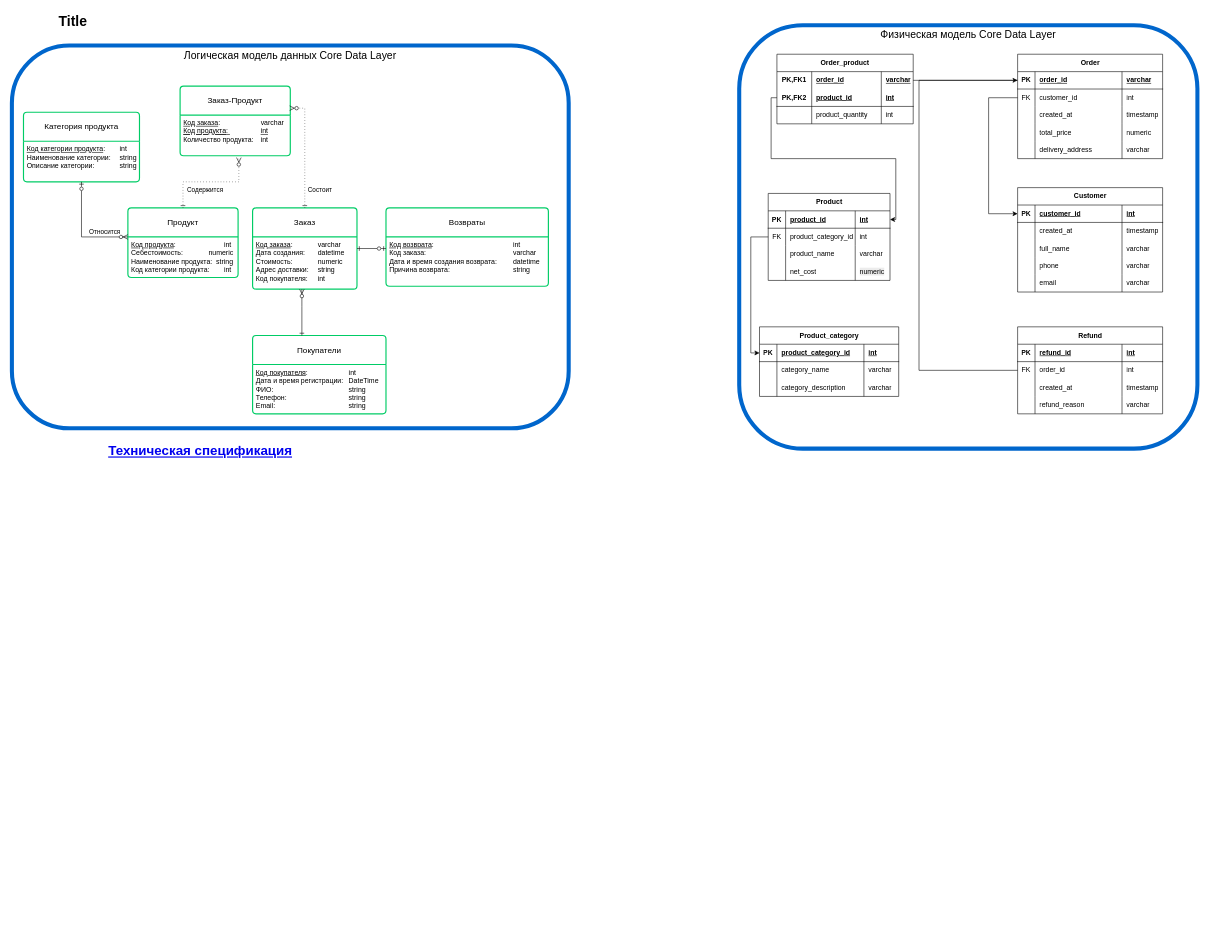
This is page "CDL" (1 of 3) of PWH-18_diplom.drawio from nik-gorby/PWH-18, a draw.io file, before an edit. Source tidied: cells renumbered, new cells numbered last; positions are measured from the earlier drawing's top-left corner, leaving out a move shared by most shapes. Both pictures are drawn from the tidied source at 58%, with x=0, y=0 at pixel (12, 10).
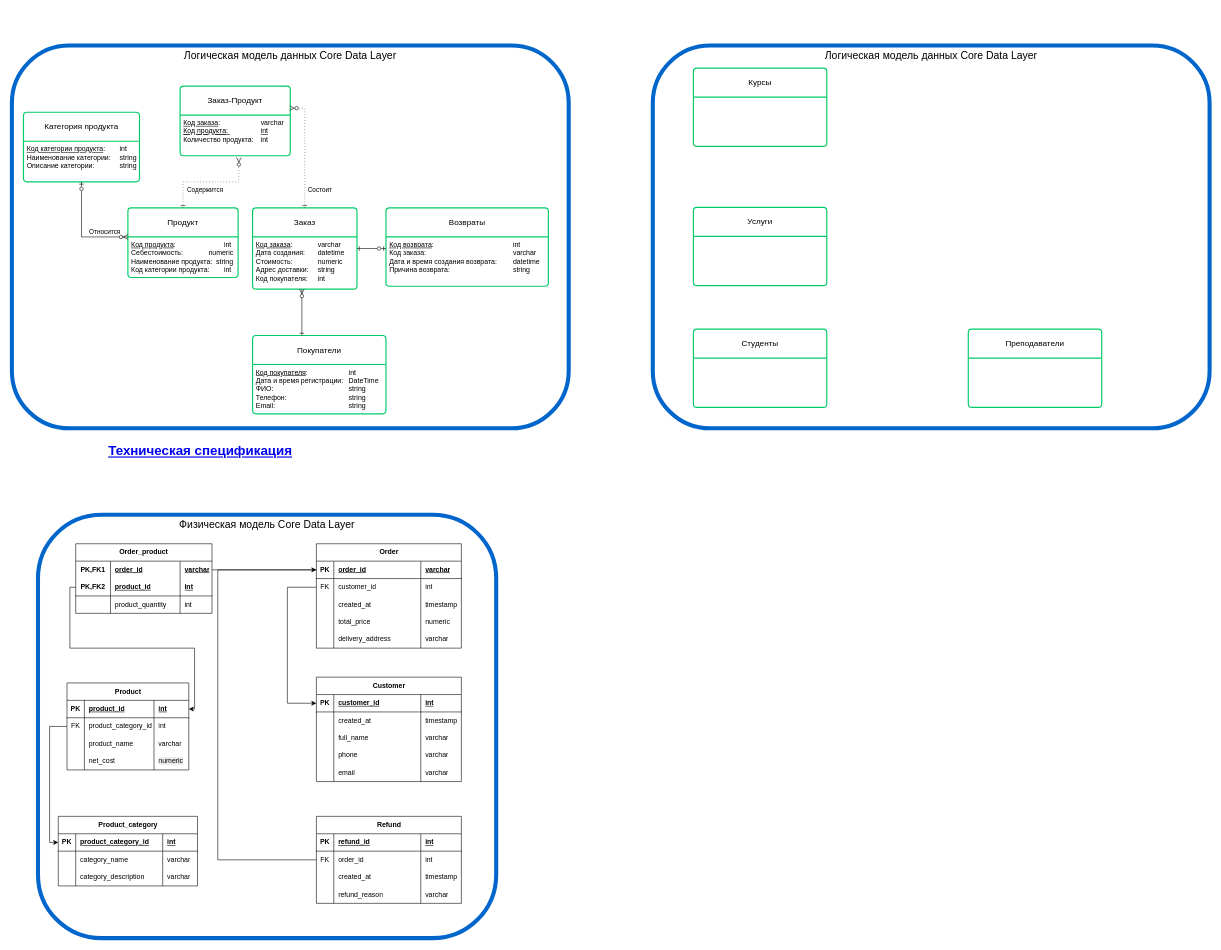
The same page after the edit.

What changed in the source:
```diff
@@
     <mxCell id="2" style="group;" parent="1" vertex="1">
-      <mxGeometry x="1254" y="26" width="790" height="730" as="geometry" />
+      <mxGeometry x="45" y="870" width="790" height="730" as="geometry" />
     </mxCell>
@@
-    <mxCell id="134" value="Title" style="text;strokeColor=none;fillColor=none;html=1;fontSize=24;fontStyle=1;verticalAlign=middle;align=center;" parent="1" vertex="1">
-      <mxGeometry x="55" width="100" height="40" as="geometry" />
-    </mxCell>
+    <mxCell id="135" style="group;" parent="1" vertex="1">
+      <mxGeometry x="1105" y="61" width="960" height="660" as="geometry" />
+    </mxCell>
+    <mxCell id="136" value="Логическая модель данных Core Data Layer" style="rounded=1;whiteSpace=wrap;html=1;glass=0;fillColor=none;verticalAlign=top;fontSize=18;strokeColor=#0066CC;strokeWidth=7;" parent="135" vertex="1">
+      <mxGeometry width="960" height="660" as="geometry" />
+    </mxCell>
+    <mxCell id="137" value="Студенты" style="swimlane;horizontal=1;startSize=50;rounded=1;fontSize=14;fontStyle=0;strokeWidth=2;shadow=0;dashed=0;align=center;arcSize=4;whiteSpace=wrap;html=1;strokeColor=#00CC66;" parent="135" vertex="1">
+      <mxGeometry x="70" y="489" width="230" height="135" as="geometry" />
+    </mxCell>
+    <mxCell id="138" value="Преподаватели" style="swimlane;horizontal=1;startSize=50;rounded=1;fontSize=14;fontStyle=0;strokeWidth=2;shadow=0;dashed=0;align=center;arcSize=4;whiteSpace=wrap;html=1;strokeColor=#00CC66;" parent="135" vertex="1">
+      <mxGeometry x="544" y="489" width="230" height="135" as="geometry" />
+    </mxCell>
+    <mxCell id="139" value="Курсы" style="swimlane;horizontal=1;startSize=50;rounded=1;fontSize=14;fontStyle=0;strokeWidth=2;shadow=0;dashed=0;align=center;arcSize=4;whiteSpace=wrap;html=1;strokeColor=#00CC66;" parent="135" vertex="1">
+      <mxGeometry x="70" y="39" width="230" height="135" as="geometry" />
+    </mxCell>
+    <mxCell id="140" value="Услуги" style="swimlane;horizontal=1;startSize=50;rounded=1;fontSize=14;fontStyle=0;strokeWidth=2;shadow=0;dashed=0;align=center;arcSize=4;whiteSpace=wrap;html=1;strokeColor=#00CC66;" parent="135" vertex="1">
+      <mxGeometry x="70" y="279" width="230" height="135" as="geometry" />
+    </mxCell>
```
